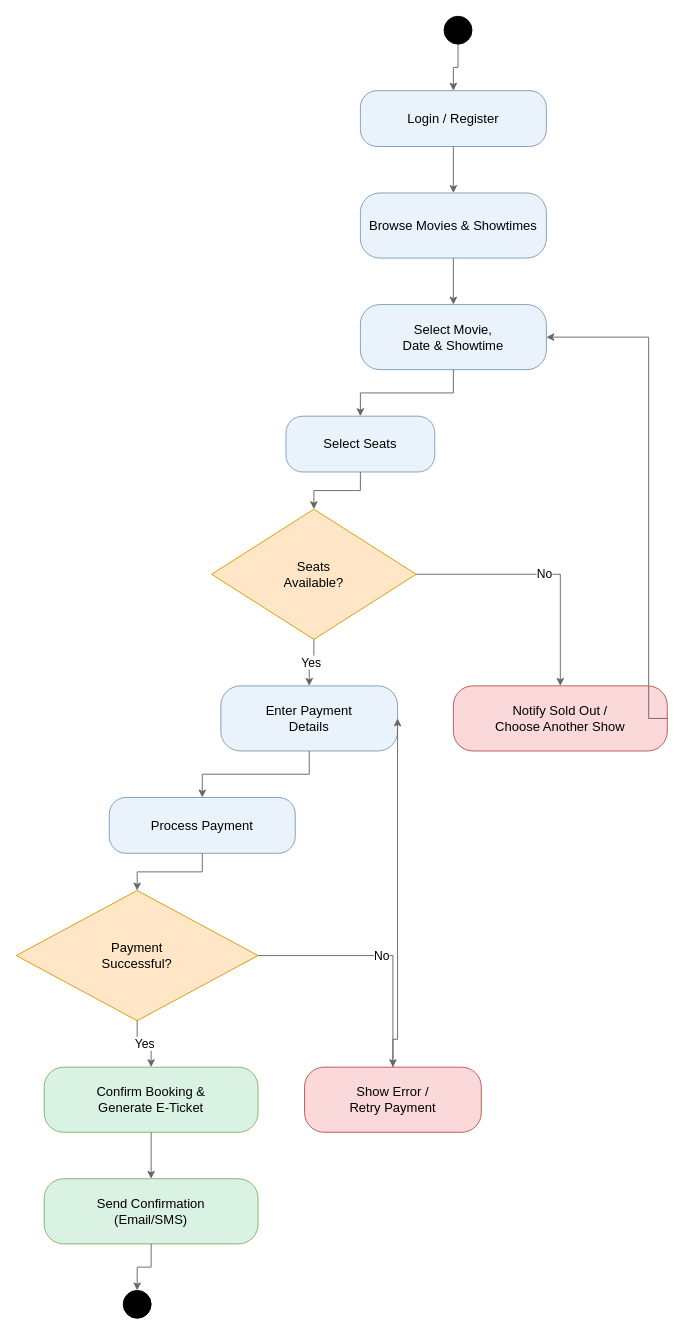
Earlier version of the draw.io diagram Design/activity-diagram.drawio (moviebookingticket/online-movie-ticket-booking). Source tidied: cells renumbered, new cells numbered last; positions are measured from the earlier drawing's top-left corner, leaving out a move shared by most shapes. Both pictures are drawn from the tidied source at 93%, with x=0, y=0 at pixel (16, 16).
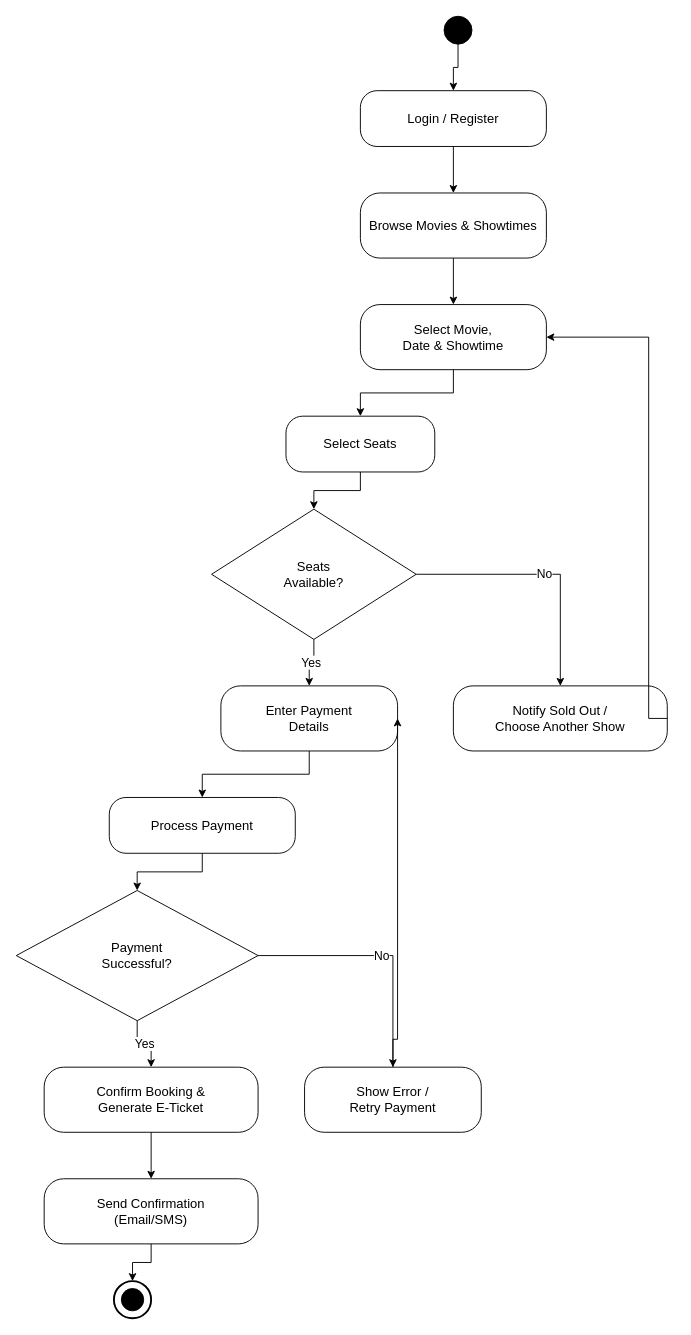
Above is the later version.

The change refers to these unchanged cells:
```xml
<mxCell id="2" style="ellipse;whiteSpace=wrap;html=1;fillColor=#000000;strokeColor=#000000;" parent="1" vertex="1">
  <mxGeometry x="460" width="30" height="30" as="geometry" />
</mxCell>
```

What changed in the source:
```diff
@@
-    <mxCell id="3" value="Login / Register" style="rounded=1;whiteSpace=wrap;html=1;fillColor=#EAF2FB;strokeColor=#7F9DB9;arcSize=30;fontSize=14;" parent="1" vertex="1">
+    <mxCell id="3" value="Login / Register" style="rounded=1;whiteSpace=wrap;html=1;fillColor=none;strokeColor=#000000;arcSize=30;fontSize=14;" parent="1" vertex="1">
       <mxGeometry x="370" y="80" width="200" height="60" as="geometry" />
     </mxCell>
-    <mxCell id="4" value="Browse Movies &amp; Showtimes" style="rounded=1;whiteSpace=wrap;html=1;fillColor=#EAF2FB;strokeColor=#7F9DB9;arcSize=30;fontSize=14;" parent="1" vertex="1">
+    <mxCell id="4" value="Browse Movies &amp; Showtimes" style="rounded=1;whiteSpace=wrap;html=1;fillColor=none;strokeColor=#000000;arcSize=30;fontSize=14;" parent="1" vertex="1">
       <mxGeometry x="370" y="190" width="200" height="70" as="geometry" />
     </mxCell>
-    <mxCell id="5" value="Select Movie,&#10;Date &amp; Showtime" style="rounded=1;whiteSpace=wrap;html=1;fillColor=#EAF2FB;strokeColor=#7F9DB9;arcSize=30;fontSize=14;" parent="1" vertex="1">
+    <mxCell id="5" value="Select Movie,&#10;Date &amp; Showtime" style="rounded=1;whiteSpace=wrap;html=1;fillColor=none;strokeColor=#000000;arcSize=30;fontSize=14;" parent="1" vertex="1">
       <mxGeometry x="370" y="310" width="200" height="70" as="geometry" />
     </mxCell>
-    <mxCell id="6" value="Select Seats" style="rounded=1;whiteSpace=wrap;html=1;fillColor=#EAF2FB;strokeColor=#7F9DB9;arcSize=30;fontSize=14;" parent="1" vertex="1">
+    <mxCell id="6" value="Select Seats" style="rounded=1;whiteSpace=wrap;html=1;fillColor=none;strokeColor=#000000;arcSize=30;fontSize=14;" parent="1" vertex="1">
       <mxGeometry x="290" y="430" width="160" height="60" as="geometry" />
     </mxCell>
-    <mxCell id="7" value="Seats&#10;Available?" style="rhombus;whiteSpace=wrap;html=1;fillColor=#FFE6C7;strokeColor=#D79B00;fontSize=14;" parent="1" vertex="1">
+    <mxCell id="7" value="Seats&#10;Available?" style="rhombus;whiteSpace=wrap;html=1;fillColor=none;strokeColor=#000000;fontSize=14;" parent="1" vertex="1">
       <mxGeometry x="210" y="530" width="220" height="140" as="geometry" />
     </mxCell>
-    <mxCell id="8" value="Notify Sold Out /&#10;Choose Another Show" style="rounded=1;whiteSpace=wrap;html=1;fillColor=#FBD9DA;strokeColor=#B85450;arcSize=30;fontSize=14;" parent="1" vertex="1">
+    <mxCell id="8" value="Notify Sold Out /&#10;Choose Another Show" style="rounded=1;whiteSpace=wrap;html=1;fillColor=none;strokeColor=#000000;arcSize=30;fontSize=14;" parent="1" vertex="1">
       <mxGeometry x="470" y="720" width="230" height="70" as="geometry" />
     </mxCell>
-    <mxCell id="9" value="Enter Payment&#10;Details" style="rounded=1;whiteSpace=wrap;html=1;fillColor=#EAF2FB;strokeColor=#7F9DB9;arcSize=30;fontSize=14;" parent="1" vertex="1">
+    <mxCell id="9" value="Enter Payment&#10;Details" style="rounded=1;whiteSpace=wrap;html=1;fillColor=none;strokeColor=#000000;arcSize=30;fontSize=14;" parent="1" vertex="1">
       <mxGeometry x="220" y="720" width="190" height="70" as="geometry" />
     </mxCell>
-    <mxCell id="10" value="Process Payment" style="rounded=1;whiteSpace=wrap;html=1;fillColor=#EAF2FB;strokeColor=#7F9DB9;arcSize=30;fontSize=14;" parent="1" vertex="1">
+    <mxCell id="10" value="Process Payment" style="rounded=1;whiteSpace=wrap;html=1;fillColor=none;strokeColor=#000000;arcSize=30;fontSize=14;" parent="1" vertex="1">
       <mxGeometry x="100" y="840" width="200" height="60" as="geometry" />
     </mxCell>
-    <mxCell id="11" value="Payment&#10;Successful?" style="rhombus;whiteSpace=wrap;html=1;fillColor=#FFE6C7;strokeColor=#D79B00;fontSize=14;" parent="1" vertex="1">
+    <mxCell id="11" value="Payment&#10;Successful?" style="rhombus;whiteSpace=wrap;html=1;fillColor=none;strokeColor=#000000;fontSize=14;" parent="1" vertex="1">
       <mxGeometry y="940" width="260" height="140" as="geometry" />
     </mxCell>
-    <mxCell id="12" value="Confirm Booking &amp;&#10;Generate E-Ticket" style="rounded=1;whiteSpace=wrap;html=1;fillColor=#D9F2E3;strokeColor=#82B366;arcSize=30;fontSize=14;" parent="1" vertex="1">
+    <mxCell id="12" value="Confirm Booking &amp;&#10;Generate E-Ticket" style="rounded=1;whiteSpace=wrap;html=1;fillColor=none;strokeColor=#000000;arcSize=30;fontSize=14;" parent="1" vertex="1">
       <mxGeometry x="30" y="1130" width="230" height="70" as="geometry" />
     </mxCell>
-    <mxCell id="13" value="Show Error /&#10;Retry Payment" style="rounded=1;whiteSpace=wrap;html=1;fillColor=#FBD9DA;strokeColor=#B85450;arcSize=30;fontSize=14;" parent="1" vertex="1">
+    <mxCell id="13" value="Show Error /&#10;Retry Payment" style="rounded=1;whiteSpace=wrap;html=1;fillColor=none;strokeColor=#000000;arcSize=30;fontSize=14;" parent="1" vertex="1">
       <mxGeometry x="310" y="1130" width="190" height="70" as="geometry" />
     </mxCell>
-    <mxCell id="14" value="Send Confirmation&#10;(Email/SMS)" style="rounded=1;whiteSpace=wrap;html=1;fillColor=#D9F2E3;strokeColor=#82B366;arcSize=30;fontSize=14;" parent="1" vertex="1">
+    <mxCell id="14" value="Send Confirmation&#10;(Email/SMS)" style="rounded=1;whiteSpace=wrap;html=1;fillColor=none;strokeColor=#000000;arcSize=30;fontSize=14;" parent="1" vertex="1">
       <mxGeometry x="30" y="1250" width="230" height="70" as="geometry" />
     </mxCell>
-    <mxCell id="15" style="ellipse;whiteSpace=wrap;html=1;fillColor=#000000;strokeColor=#000000;shape=doubleEllipse;" parent="1" vertex="1">
-      <mxGeometry x="115" y="1370" width="30" height="30" as="geometry" />
-    </mxCell>
+    <mxCell id="31" style="ellipse;whiteSpace=wrap;html=1;fillColor=none;strokeColor=#000000;strokeWidth=2;" parent="1" vertex="1">
+      <mxGeometry x="105" y="1360" width="40" height="40" as="geometry" />
+    </mxCell>
+    <mxCell id="32" style="ellipse;whiteSpace=wrap;html=1;fillColor=#000000;strokeColor=#000000;" parent="1" vertex="1">
+      <mxGeometry x="113" y="1368" width="24" height="24" as="geometry" />
+    </mxCell>
-    <mxCell id="16" style="edgeStyle=orthogonalEdgeStyle;rounded=0;html=1;strokeColor=#666666;" parent="1" edge="1" source="2" target="3">
+    <mxCell id="16" style="edgeStyle=orthogonalEdgeStyle;rounded=0;html=1;strokeColor=#000000;" parent="1" edge="1" source="2" target="3">
       <mxGeometry relative="1" as="geometry" />
     </mxCell>
-    <mxCell id="17" style="edgeStyle=orthogonalEdgeStyle;rounded=0;html=1;strokeColor=#666666;" parent="1" edge="1" source="3" target="4">
+    <mxCell id="17" style="edgeStyle=orthogonalEdgeStyle;rounded=0;html=1;strokeColor=#000000;" parent="1" edge="1" source="3" target="4">
       <mxGeometry relative="1" as="geometry" />
     </mxCell>
-    <mxCell id="18" style="edgeStyle=orthogonalEdgeStyle;rounded=0;html=1;strokeColor=#666666;" parent="1" edge="1" source="4" target="5">
+    <mxCell id="18" style="edgeStyle=orthogonalEdgeStyle;rounded=0;html=1;strokeColor=#000000;" parent="1" edge="1" source="4" target="5">
       <mxGeometry relative="1" as="geometry" />
     </mxCell>
-    <mxCell id="19" style="edgeStyle=orthogonalEdgeStyle;rounded=0;html=1;strokeColor=#666666;" parent="1" edge="1" source="5" target="6">
+    <mxCell id="19" style="edgeStyle=orthogonalEdgeStyle;rounded=0;html=1;strokeColor=#000000;" parent="1" edge="1" source="5" target="6">
       <mxGeometry relative="1" as="geometry" />
     </mxCell>
-    <mxCell id="20" style="edgeStyle=orthogonalEdgeStyle;rounded=0;html=1;strokeColor=#666666;" parent="1" edge="1" source="6" target="7">
+    <mxCell id="20" style="edgeStyle=orthogonalEdgeStyle;rounded=0;html=1;strokeColor=#000000;" parent="1" edge="1" source="6" target="7">
       <mxGeometry relative="1" as="geometry" />
     </mxCell>
-    <mxCell id="21" value="Yes" style="edgeStyle=orthogonalEdgeStyle;rounded=0;html=1;strokeColor=#666666;fontSize=13;" parent="1" edge="1" source="7" target="9">
+    <mxCell id="21" value="Yes" style="edgeStyle=orthogonalEdgeStyle;rounded=0;html=1;strokeColor=#000000;fontSize=13;" parent="1" edge="1" source="7" target="9">
       <mxGeometry relative="1" as="geometry" />
     </mxCell>
-    <mxCell id="22" value="No" style="edgeStyle=orthogonalEdgeStyle;rounded=0;html=1;strokeColor=#666666;fontSize=13;" parent="1" edge="1" source="7" target="8">
+    <mxCell id="22" value="No" style="edgeStyle=orthogonalEdgeStyle;rounded=0;html=1;strokeColor=#000000;fontSize=13;" parent="1" edge="1" source="7" target="8">
       <mxGeometry relative="1" as="geometry" />
     </mxCell>
-    <mxCell id="23" style="edgeStyle=orthogonalEdgeStyle;rounded=0;html=1;strokeColor=#666666;exitX=1;exitY=0.5;entryX=1;entryY=0.5;" parent="1" edge="1" source="8" target="5">
+    <mxCell id="23" style="edgeStyle=orthogonalEdgeStyle;rounded=0;html=1;strokeColor=#000000;exitX=1;exitY=0.5;entryX=1;entryY=0.5;" parent="1" edge="1" source="8" target="5">
       <mxGeometry relative="1" as="geometry">
         <Array as="points">
           <mxPoint x="680" y="755" />
           <mxPoint x="680" y="345" />
         </Array>
       </mxGeometry>
     </mxCell>
-    <mxCell id="24" style="edgeStyle=orthogonalEdgeStyle;rounded=0;html=1;strokeColor=#666666;" parent="1" edge="1" source="9" target="10">
+    <mxCell id="24" style="edgeStyle=orthogonalEdgeStyle;rounded=0;html=1;strokeColor=#000000;" parent="1" edge="1" source="9" target="10">
       <mxGeometry relative="1" as="geometry" />
     </mxCell>
-    <mxCell id="25" style="edgeStyle=orthogonalEdgeStyle;rounded=0;html=1;strokeColor=#666666;" parent="1" edge="1" source="10" target="11">
+    <mxCell id="25" style="edgeStyle=orthogonalEdgeStyle;rounded=0;html=1;strokeColor=#000000;" parent="1" edge="1" source="10" target="11">
       <mxGeometry relative="1" as="geometry" />
     </mxCell>
-    <mxCell id="26" value="Yes" style="edgeStyle=orthogonalEdgeStyle;rounded=0;html=1;strokeColor=#666666;fontSize=13;" parent="1" edge="1" source="11" target="12">
+    <mxCell id="26" value="Yes" style="edgeStyle=orthogonalEdgeStyle;rounded=0;html=1;strokeColor=#000000;fontSize=13;" parent="1" edge="1" source="11" target="12">
       <mxGeometry relative="1" as="geometry" />
     </mxCell>
-    <mxCell id="27" value="No" style="edgeStyle=orthogonalEdgeStyle;rounded=0;html=1;strokeColor=#666666;fontSize=13;" parent="1" edge="1" source="11" target="13">
+    <mxCell id="27" value="No" style="edgeStyle=orthogonalEdgeStyle;rounded=0;html=1;strokeColor=#000000;fontSize=13;" parent="1" edge="1" source="11" target="13">
       <mxGeometry relative="1" as="geometry" />
     </mxCell>
-    <mxCell id="28" style="edgeStyle=orthogonalEdgeStyle;rounded=0;html=1;strokeColor=#666666;exitX=0.5;exitY=0;entryX=1;entryY=0.5;" parent="1" edge="1" source="13" target="9">
+    <mxCell id="28" style="edgeStyle=orthogonalEdgeStyle;rounded=0;html=1;strokeColor=#000000;exitX=0.5;exitY=0;entryX=1;entryY=0.5;" parent="1" edge="1" source="13" target="9">
       <mxGeometry relative="1" as="geometry">
         <Array as="points">
           <mxPoint x="405" y="1100" />
         </Array>
       </mxGeometry>
     </mxCell>
-    <mxCell id="29" style="edgeStyle=orthogonalEdgeStyle;rounded=0;html=1;strokeColor=#666666;" parent="1" edge="1" source="12" target="14">
+    <mxCell id="29" style="edgeStyle=orthogonalEdgeStyle;rounded=0;html=1;strokeColor=#000000;" parent="1" edge="1" source="12" target="14">
       <mxGeometry relative="1" as="geometry" />
     </mxCell>
-    <mxCell id="30" style="edgeStyle=orthogonalEdgeStyle;rounded=0;html=1;strokeColor=#666666;" parent="1" edge="1" source="14" target="15">
+    <mxCell id="30" style="edgeStyle=orthogonalEdgeStyle;rounded=0;html=1;strokeColor=#000000;" parent="1" edge="1" source="14" target="31">
       <mxGeometry relative="1" as="geometry" />
     </mxCell>
```
